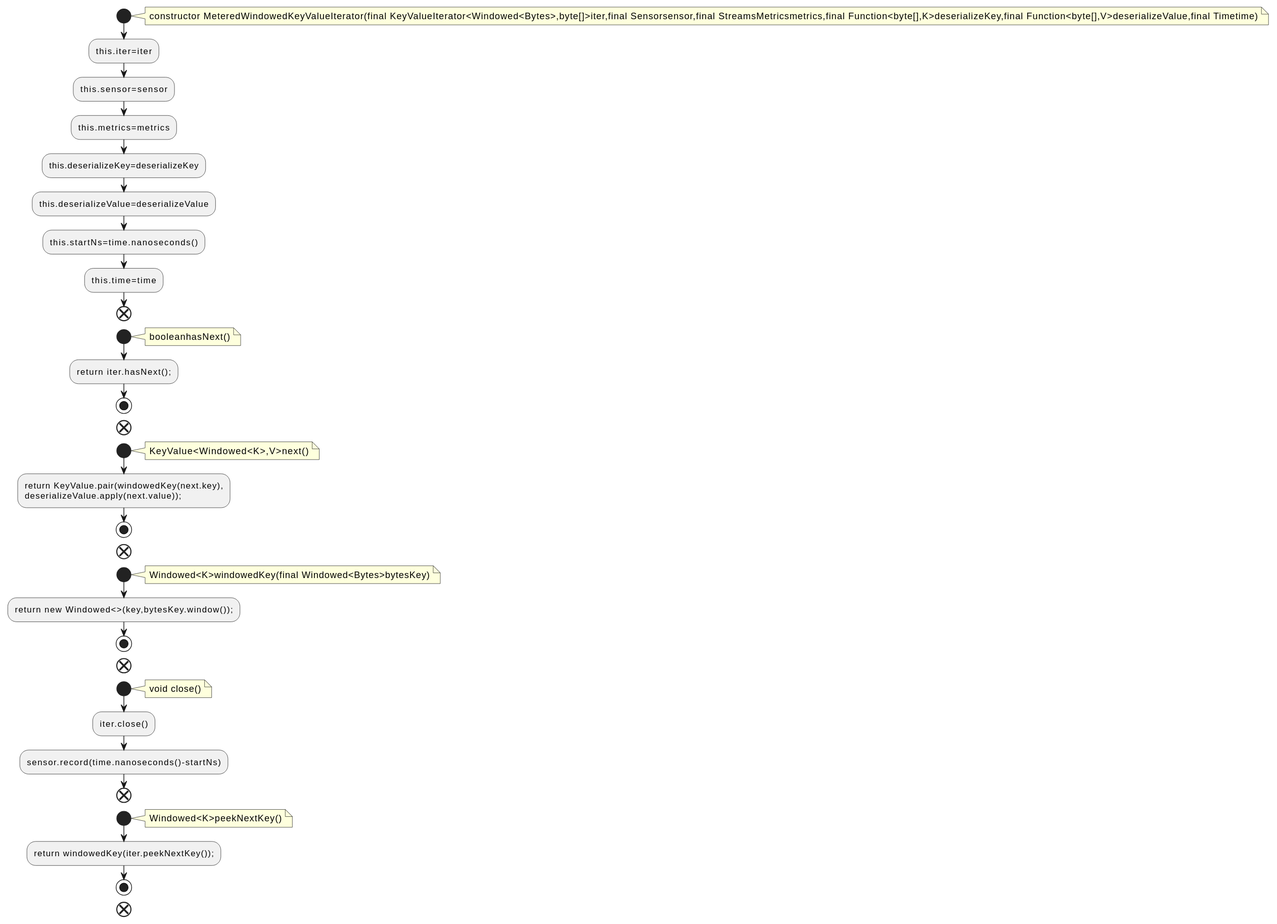
Before: docs/qc/streams/src/main/java/org/apache/kafka/streams/state/internals/MeteredWindowedKeyValueIterator.java.fct.svg, a diagram exported from PlantUML (qualitesys/kafka).
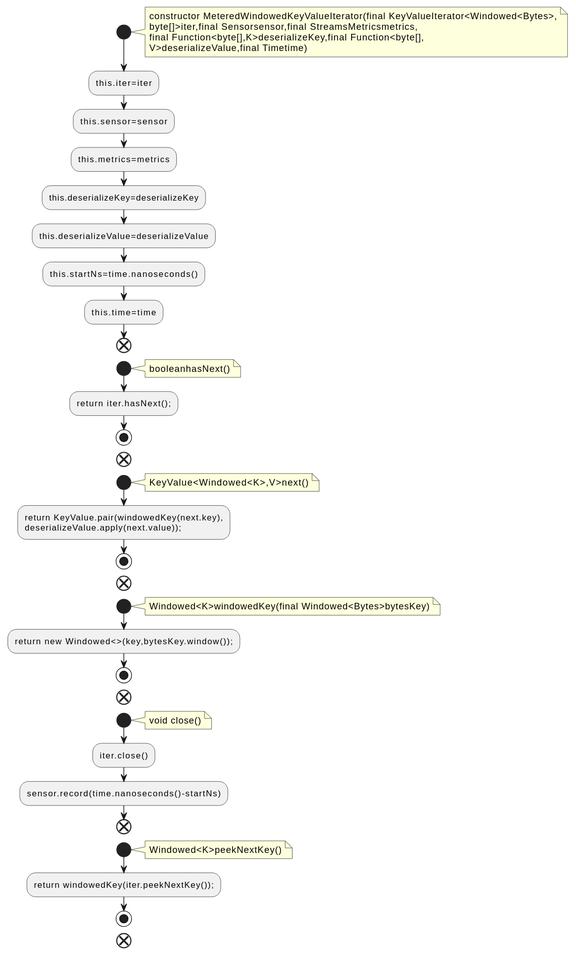
After the commit.

Change to the diagram source:
```diff
@@ -2,7 +2,10 @@
 !pragma layout smetana
 start
 note right
-constructor MeteredWindowedKeyValueIterator(final KeyValueIterator<Windowed<Bytes>,byte[]>iter,final Sensorsensor,final StreamsMetricsmetrics,final Function<byte[],K>deserializeKey,final Function<byte[],V>deserializeValue,final Timetime)
+constructor MeteredWindowedKeyValueIterator(final KeyValueIterator<Windowed<Bytes>,
+byte[]>iter,final Sensorsensor,final StreamsMetricsmetrics,
+final Function<byte[],K>deserializeKey,final Function<byte[],
+V>deserializeValue,final Timetime)
 end note
 :this.iter=iter;
 :this.sensor=sensor;
```
